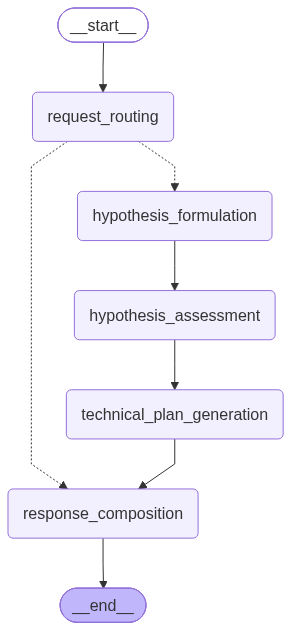
This is docs/architecture/archwise-workflow.png from archhypo-ai/archflow-solo, a Mermaid export, as it was before one commit. Its source is kept beside it as docs/architecture/archwise-workflow.mmd.
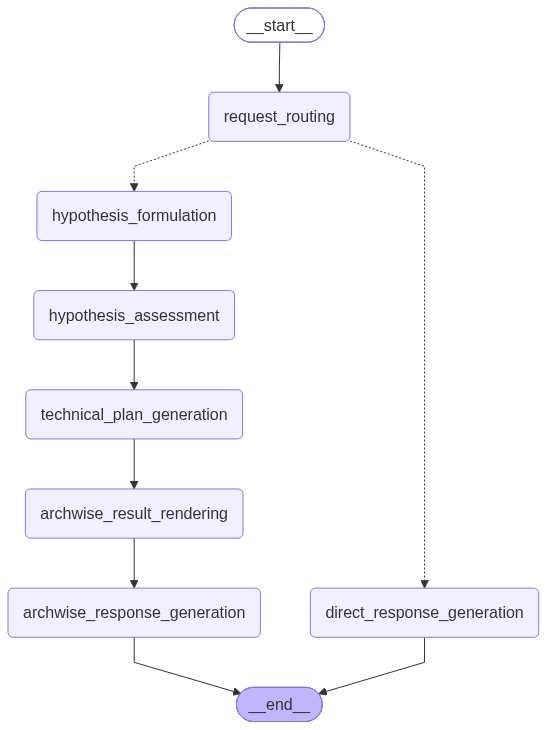
The same diagram one commit later.

Diff of the diagram source:
```diff
@@ -4,20 +4,26 @@
     curve: linear
 ---
 graph TD;
-	__start__([<p>__start__</p>]):::first
-	request_routing(request_routing)
-	response_composition(response_composition)
-	hypothesis_formulation(hypothesis_formulation)
-	hypothesis_assessment(hypothesis_assessment)
-	technical_plan_generation(technical_plan_generation)
-	__end__([<p>__end__</p>]):::last
-	__start__ --> request_routing;
-	hypothesis_assessment --> technical_plan_generation;
-	hypothesis_formulation --> hypothesis_assessment;
-	request_routing -.-> hypothesis_formulation;
-	request_routing -.-> response_composition;
-	technical_plan_generation --> response_composition;
-	response_composition --> __end__;
-	classDef default fill:#f2f0ff,line-height:1.2
-	classDef first fill-opacity:0
-	classDef last fill:#bfb6fc
+    __start__([<p>__start__</p>]):::first
+    request_routing(request_routing)
+    direct_response_generation(direct_response_generation)
+    hypothesis_formulation(hypothesis_formulation)
+    hypothesis_assessment(hypothesis_assessment)
+    technical_plan_generation(technical_plan_generation)
+    archwise_result_rendering(archwise_result_rendering)
+    archwise_response_generation(archwise_response_generation)
+    __end__([<p>__end__</p>]):::last
+
+    __start__ --> request_routing;
+    request_routing -.-> direct_response_generation;
+    request_routing -.-> hypothesis_formulation;
+    direct_response_generation --> __end__;
+    hypothesis_formulation --> hypothesis_assessment;
+    hypothesis_assessment --> technical_plan_generation;
+    technical_plan_generation --> archwise_result_rendering;
+    archwise_result_rendering --> archwise_response_generation;
+    archwise_response_generation --> __end__;
+
+    classDef default fill:#f2f0ff,line-height:1.2
+    classDef first fill-opacity:0
+    classDef last fill:#bfb6fc
```
